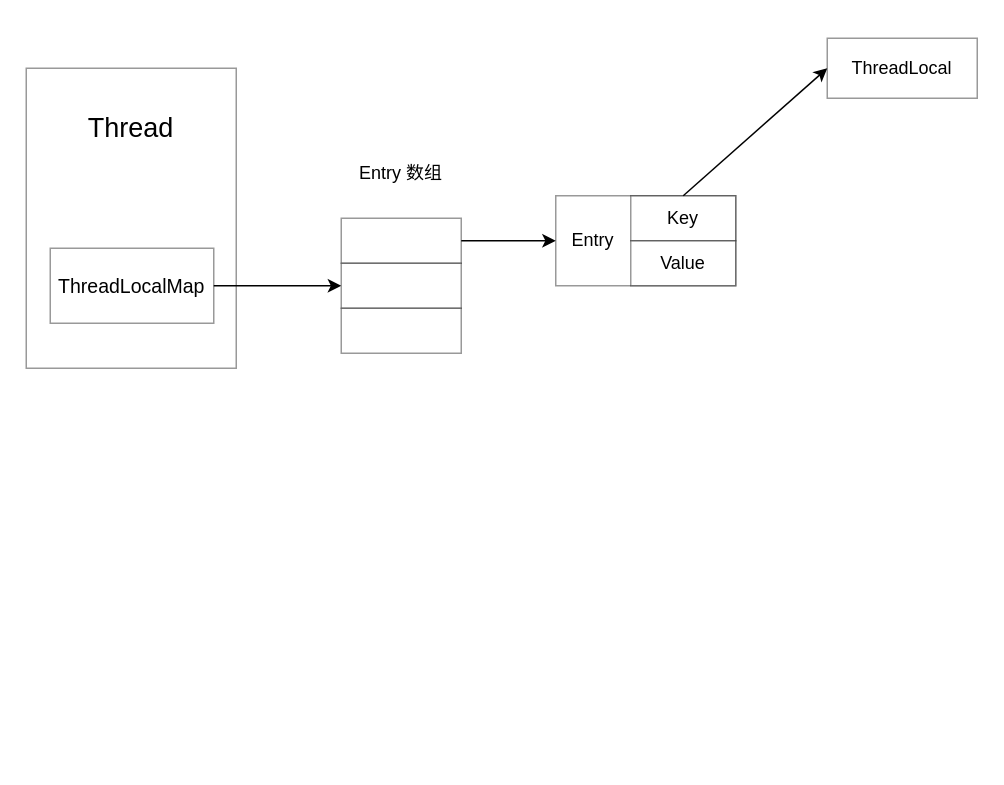
7polo/resources keeps this draw.io diagram as knowledge/java/jvm/ThreadLocal.drawio. Above is the earlier version. Source tidied: cells renumbered, new cells numbered last; positions are measured from the earlier drawing's top-left corner, leaving out a move shared by most shapes. Both pictures are drawn from the tidied source at 150%, with x=0, y=0 at pixel (26, 38).
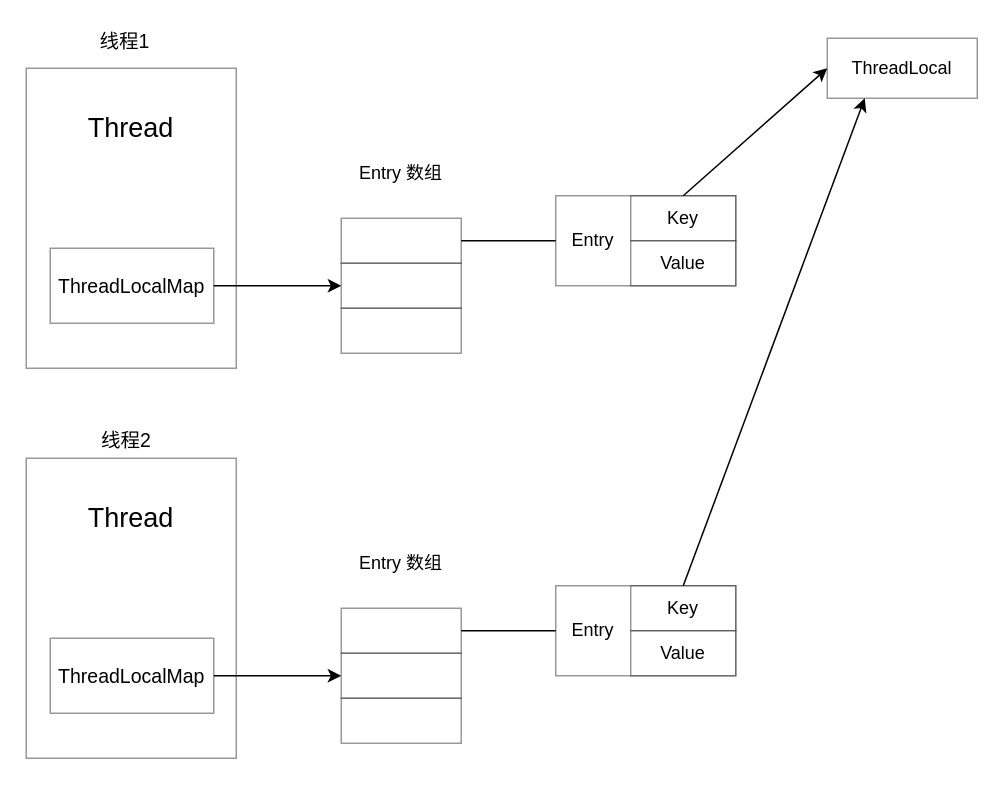
After the change.

Unchanged cells that the change refers to:
```xml
<mxCell id="2" value="ThreadLocal" style="rounded=0;whiteSpace=wrap;html=1;labelBackgroundColor=none;opacity=40;" parent="1" vertex="1">
  <mxGeometry x="534" width="100" height="40" as="geometry" />
</mxCell>
<mxCell id="4" style="rounded=0;whiteSpace=wrap;html=1;labelBackgroundColor=none;opacity=40;" parent="3" vertex="1">
  <mxGeometry x="1" y="1" width="120" height="60" as="geometry" />
</mxCell>
<mxCell id="15" style="rounded=0;whiteSpace=wrap;html=1;labelBackgroundColor=none;opacity=40;" parent="14" vertex="1">
  <mxGeometry width="80" height="30" as="geometry" />
</mxCell>
```

The edit, as a diff of the source:
```diff
@@
-    <mxCell id="18" style="edgeStyle=orthogonalEdgeStyle;rounded=0;jettySize=auto;html=1;exitX=1;exitY=0.5;exitDx=0;exitDy=0;entryX=0;entryY=0.5;entryDx=0;entryDy=0;" parent="1" edge="1" source="15" target="4">
+    <mxCell id="18" style="edgeStyle=orthogonalEdgeStyle;rounded=0;jettySize=auto;html=1;exitX=1;exitY=0.5;exitDx=0;exitDy=0;entryX=0;entryY=0.5;entryDx=0;entryDy=0;endArrow=none;endFill=0;" parent="1" edge="1" source="15" target="4">
       <mxGeometry relative="1" as="geometry" />
     </mxCell>
@@
+    <mxCell id="20" style="group;" parent="1" vertex="1">
+      <mxGeometry x="352" y="364" width="120" height="60" as="geometry" />
+    </mxCell>
+    <mxCell id="21" style="rounded=0;whiteSpace=wrap;html=1;labelBackgroundColor=none;opacity=40;" parent="20" vertex="1">
+      <mxGeometry x="1" y="1" width="120" height="60" as="geometry" />
+    </mxCell>
+    <mxCell id="22" value="Key" style="rounded=0;whiteSpace=wrap;html=1;labelBackgroundColor=none;opacity=40;" parent="20" vertex="1">
+      <mxGeometry x="51" y="1" width="70" height="30" as="geometry" />
+    </mxCell>
+    <mxCell id="23" value="Value" style="rounded=0;whiteSpace=wrap;html=1;labelBackgroundColor=none;opacity=40;" parent="20" vertex="1">
+      <mxGeometry x="51" y="31" width="70" height="30" as="geometry" />
+    </mxCell>
+    <mxCell id="24" value="Entry" style="text;html=1;strokeColor=none;fillColor=none;align=center;verticalAlign=middle;whiteSpace=wrap;rounded=0;labelBackgroundColor=none;opacity=40;" parent="20" vertex="1">
+      <mxGeometry x="6" y="21" width="40" height="20" as="geometry" />
+    </mxCell>
+    <mxCell id="25" style="group;" parent="1" vertex="1">
+      <mxGeometry y="280" width="140" height="200" as="geometry" />
+    </mxCell>
+    <mxCell id="26" style="rounded=0;whiteSpace=wrap;html=1;labelBackgroundColor=none;opacity=40;" parent="25" vertex="1">
+      <mxGeometry width="140" height="200" as="geometry" />
+    </mxCell>
+    <mxCell id="27" value="&lt;font style=&quot;font-size: 13px&quot;&gt;ThreadLocalMap&lt;/font&gt;" style="rounded=0;whiteSpace=wrap;html=1;labelBackgroundColor=none;opacity=40;" parent="25" vertex="1">
+      <mxGeometry x="16" y="120" width="109" height="50" as="geometry" />
+    </mxCell>
+    <mxCell id="28" value="Thread" style="text;html=1;strokeColor=none;fillColor=none;align=center;verticalAlign=middle;whiteSpace=wrap;rounded=0;labelBackgroundColor=none;opacity=40;fontSize=18;" parent="25" vertex="1">
+      <mxGeometry x="35" y="20" width="70" height="40" as="geometry" />
+    </mxCell>
+    <mxCell id="29" style="endArrow=classic;html=1;exitX=0.5;exitY=0;exitDx=0;exitDy=0;entryX=0.25;entryY=1;entryDx=0;entryDy=0;" parent="1" edge="1" source="22" target="2">
+      <mxGeometry relative="1" as="geometry" />
+    </mxCell>
+    <mxCell id="30" style="edgeStyle=orthogonalEdgeStyle;rounded=0;jettySize=auto;html=1;exitX=1;exitY=0.5;exitDx=0;exitDy=0;" parent="1" edge="1" source="27" target="33">
+      <mxGeometry relative="1" as="geometry" />
+    </mxCell>
+    <mxCell id="31" style="group;" parent="1" vertex="1">
+      <mxGeometry x="210" y="380" width="80" height="90" as="geometry" />
+    </mxCell>
+    <mxCell id="32" style="rounded=0;whiteSpace=wrap;html=1;labelBackgroundColor=none;opacity=40;" parent="31" vertex="1">
+      <mxGeometry width="80" height="30" as="geometry" />
+    </mxCell>
+    <mxCell id="33" style="rounded=0;whiteSpace=wrap;html=1;labelBackgroundColor=none;opacity=40;" parent="31" vertex="1">
+      <mxGeometry y="30" width="80" height="30" as="geometry" />
+    </mxCell>
+    <mxCell id="34" style="rounded=0;whiteSpace=wrap;html=1;labelBackgroundColor=none;opacity=40;" parent="31" vertex="1">
+      <mxGeometry y="60" width="80" height="30" as="geometry" />
+    </mxCell>
+    <mxCell id="35" style="edgeStyle=orthogonalEdgeStyle;rounded=0;jettySize=auto;html=1;exitX=1;exitY=0.5;exitDx=0;exitDy=0;entryX=0;entryY=0.5;entryDx=0;entryDy=0;endArrow=none;endFill=0;" parent="1" edge="1" source="32" target="21">
+      <mxGeometry relative="1" as="geometry" />
+    </mxCell>
+    <mxCell id="36" value="Entry 数组" style="text;html=1;strokeColor=none;fillColor=none;align=center;verticalAlign=middle;whiteSpace=wrap;rounded=0;labelBackgroundColor=none;opacity=40;" parent="1" vertex="1">
+      <mxGeometry x="220" y="340" width="60" height="20" as="geometry" />
+    </mxCell>
+    <mxCell id="37" value="线程1" style="text;html=1;strokeColor=none;fillColor=none;align=center;verticalAlign=middle;whiteSpace=wrap;rounded=0;fontSize=13;" parent="1" vertex="1">
+      <mxGeometry x="46" y="-8" width="40" height="20" as="geometry" />
+    </mxCell>
+    <mxCell id="38" value="线程2" style="text;html=1;strokeColor=none;fillColor=none;align=center;verticalAlign=middle;whiteSpace=wrap;rounded=0;fontSize=13;" parent="1" vertex="1">
+      <mxGeometry x="47" y="258" width="40" height="20" as="geometry" />
+    </mxCell>
```
